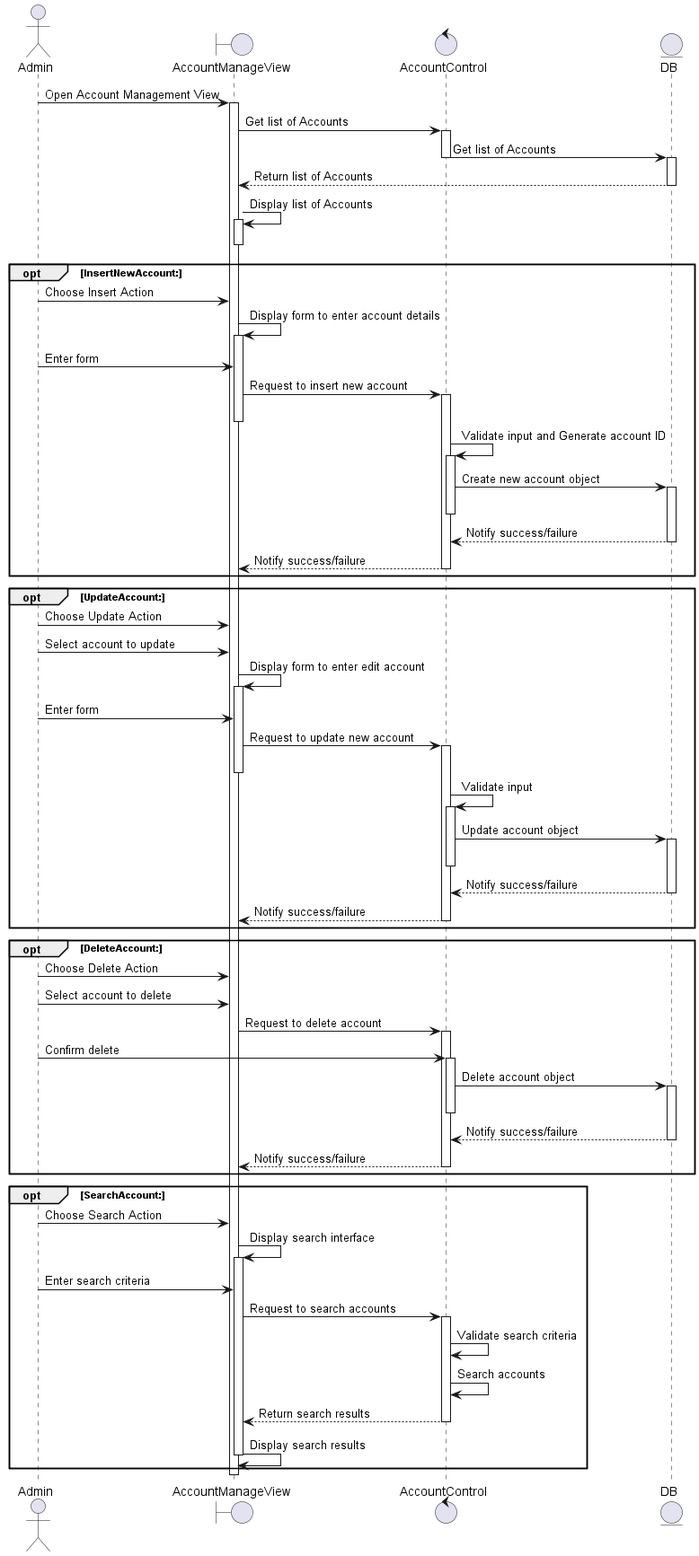
Above: out/Lab 1/Lab 1.2/sequence_diagram/seqManageAccount/seqManageAccount.png in phamnhutdanh/SE357-Pratice-class (PlantUML), before the change. Source of this version:
```plantuml
@startuml
actor Admin
boundary AccountManageView
control AccountControl
entity DB

Admin -> AccountManageView: Open Account Management View
activate AccountManageView
AccountManageView -> AccountControl : Get list of Accounts
activate AccountControl
AccountControl -> DB: Get list of Accounts
deactivate AccountControl
activate DB
DB --> AccountManageView: Return list of Accounts
deactivate DB
AccountManageView -> AccountManageView: Display list of Accounts
activate AccountManageView
deactivate AccountManageView

opt InsertNewAccount:
    Admin -> AccountManageView: Choose Insert Action
    AccountManageView -> AccountManageView: Display form to enter account details
    activate AccountManageView
    Admin-> AccountManageView : Enter form
    AccountManageView -> AccountControl: Request to insert new account
    activate AccountControl
    deactivate AccountManageView
    AccountControl -> AccountControl: Validate input and Generate account ID
    activate AccountControl
    AccountControl -> DB: Create new account object
    activate DB
    deactivate AccountControl
    DB--> AccountControl : Notify success/failure
    deactivate DB
    AccountControl --> AccountManageView: Notify success/failure
    deactivate AccountControl
end

opt UpdateAccount:
    Admin -> AccountManageView: Choose Update Action
    Admin -> AccountManageView: Select account to update
    AccountManageView -> AccountManageView: Display form to enter edit account
    activate AccountManageView
    Admin-> AccountManageView : Enter form
    AccountManageView -> AccountControl: Request to update new account
    activate AccountControl
    deactivate AccountManageView
    AccountControl -> AccountControl: Validate input
    activate AccountControl
    AccountControl -> DB: Update account object
    activate DB
    deactivate AccountControl
    DB--> AccountControl : Notify success/failure
    deactivate DB
    AccountControl --> AccountManageView: Notify success/failure
    deactivate AccountControl
end

opt DeleteAccount:
    Admin -> AccountManageView: Choose Delete Action
    Admin -> AccountManageView: Select account to delete
    AccountManageView -> AccountControl: Request to delete account
    activate AccountControl
    Admin -> AccountControl: Confirm delete
    activate AccountControl
    AccountControl -> DB: Delete account object
    activate DB
    deactivate AccountControl
    DB--> AccountControl : Notify success/failure
    deactivate DB
    AccountControl --> AccountManageView: Notify success/failure
    deactivate AccountControl
end

opt SearchAccount:
    Admin -> AccountManageView: Choose Search Action
    AccountManageView -> AccountManageView: Display search interface
    activate AccountManageView
    Admin -> AccountManageView: Enter search criteria
    AccountManageView -> AccountControl: Request to search accounts
    activate AccountControl
    AccountControl -> AccountControl: Validate search criteria
    AccountControl -> AccountControl: Search accounts
    AccountControl --> AccountManageView: Return search results
    deactivate AccountControl
    AccountManageView -> AccountManageView: Display search results
    deactivate AccountManageView
end
   deactivate AccountManageView
@enduml
```
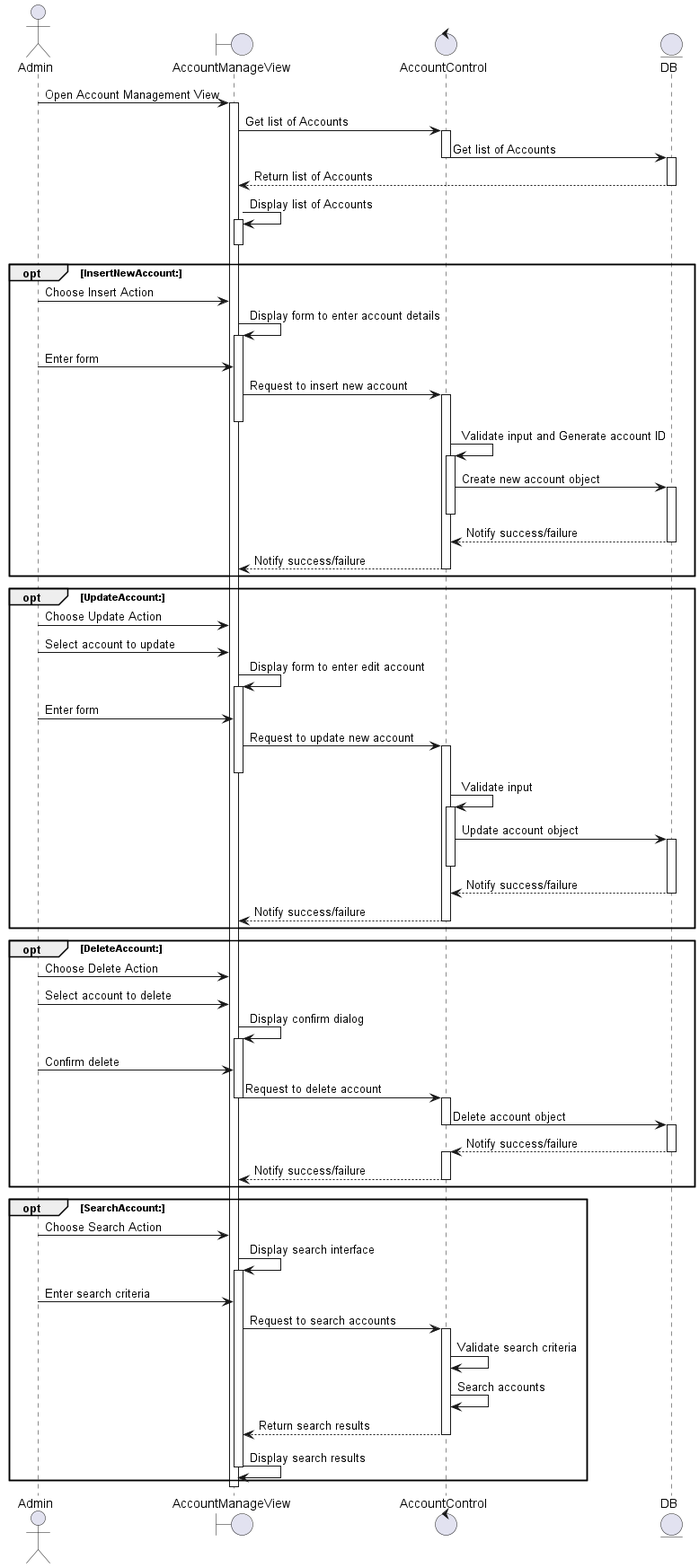
The same file after the commit.

Diff of the diagram source:
```diff
@@ -59,15 +59,20 @@
 opt DeleteAccount:
     Admin -> AccountManageView: Choose Delete Action
     Admin -> AccountManageView: Select account to delete
+    AccountManageView -> AccountManageView: Display confirm dialog
+    activate AccountManageView
+    Admin -> AccountManageView: Confirm delete
+
     AccountManageView -> AccountControl: Request to delete account
+    deactivate AccountManageView
     activate AccountControl
-    Admin -> AccountControl: Confirm delete
-    activate AccountControl
+
     AccountControl -> DB: Delete account object
+    deactivate AccountControl
     activate DB
-    deactivate AccountControl
     DB--> AccountControl : Notify success/failure
     deactivate DB
+    activate AccountControl
     AccountControl --> AccountManageView: Notify success/failure
     deactivate AccountControl
 end
```
